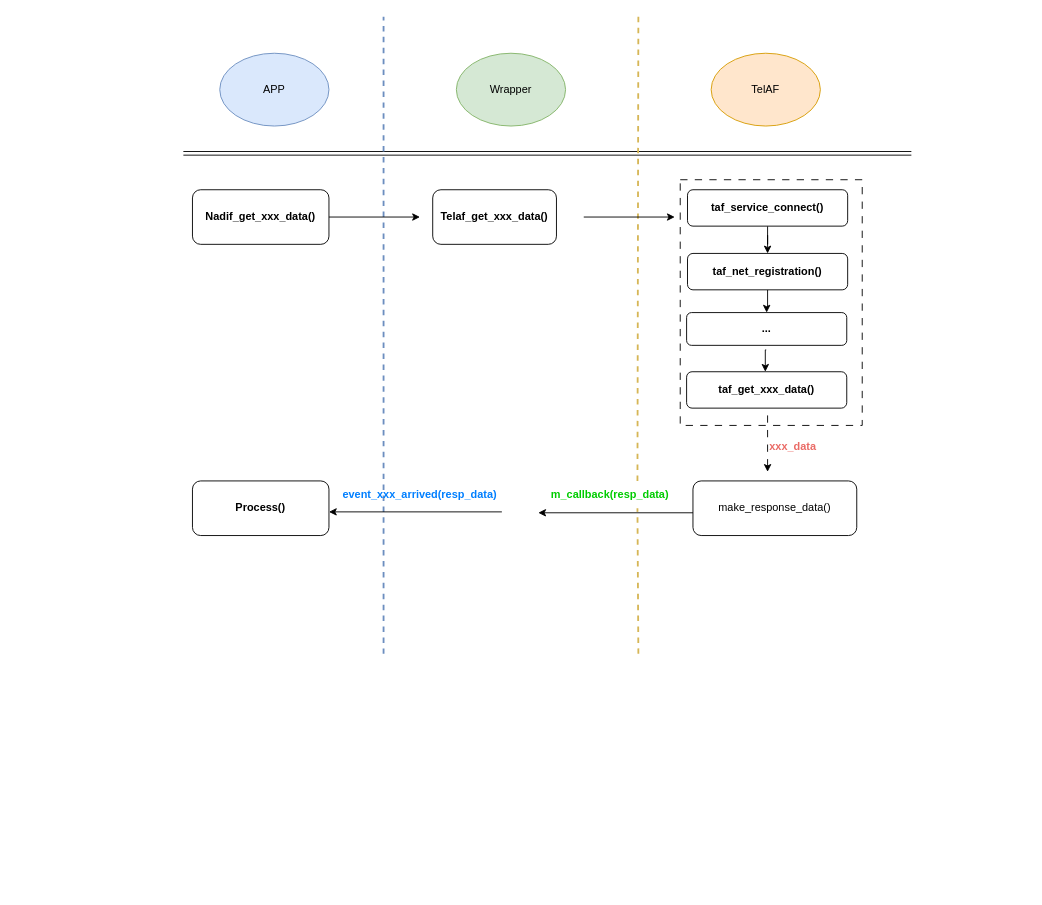
Above: AIVC.drawio in jiangyu945/Doc (draw.io), before the change. Source tidied: cells renumbered, new cells numbered last; positions are measured from the earlier drawing's top-left corner, leaving out a move shared by most shapes. Both pictures are drawn from the tidied source at 91%, with x=0, y=0 at pixel (183, 16).
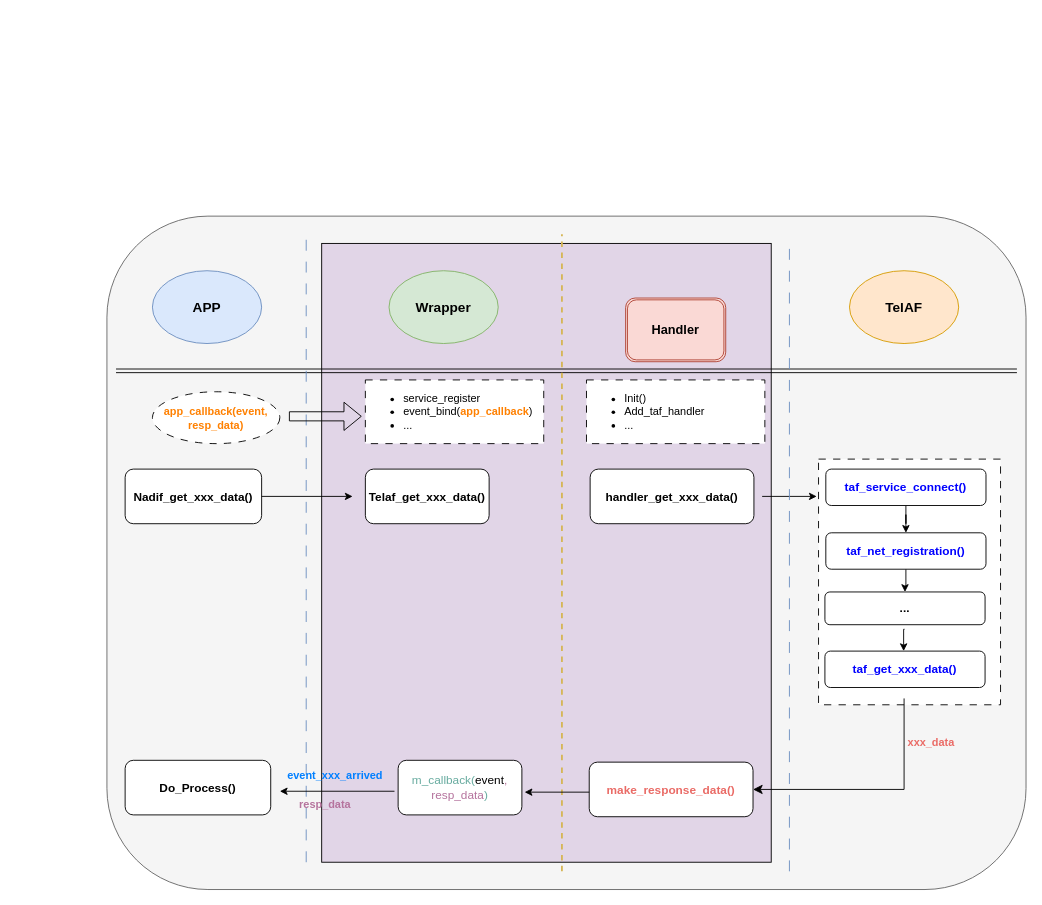
The same page after the edit.

Change to the diagram source:
```diff
@@
+    <mxCell id="29" style="rounded=1;whiteSpace=wrap;html=1;fillColor=#f5f5f5;fontColor=#333333;strokeColor=#666666;" parent="1" vertex="1">
+      <mxGeometry x="-84" y="219" width="1010" height="740" as="geometry" />
+    </mxCell>
+    <mxCell id="30" style="rounded=0;whiteSpace=wrap;html=1;fillColor=#E1D5E7;" parent="1" vertex="1">
+      <mxGeometry x="152" y="249" width="494" height="680" as="geometry" />
+    </mxCell>
     <mxCell id="2" style="rounded=0;whiteSpace=wrap;html=1;dashed=1;dashPattern=8 8;" parent="1" vertex="1">
-      <mxGeometry x="546" y="179" width="200" height="270" as="geometry" />
+      <mxGeometry x="698" y="486" width="200" height="270" as="geometry" />
     </mxCell>
     <mxCell id="3" style="shape=link;html=1;rounded=0;" parent="1" edge="1">
       <mxGeometry relative="1" as="geometry">
-        <mxPoint y="150" as="sourcePoint" />
-        <mxPoint x="800" y="150" as="targetPoint" />
+        <mxPoint x="-74" y="389" as="sourcePoint" />
+        <mxPoint x="916" y="389" as="targetPoint" />
       </mxGeometry>
     </mxCell>
-    <mxCell id="4" style="endArrow=none;dashed=1;html=1;rounded=0;fillColor=#dae8fc;strokeColor=#6c8ebf;strokeWidth=2;" parent="1" edge="1">
+    <mxCell id="4" style="endArrow=none;dashed=1;html=1;rounded=0;fillColor=#dae8fc;strokeColor=#6c8ebf;strokeWidth=1;dashPattern=12 12;" parent="1" edge="1">
       <mxGeometry relative="1" as="geometry">
-        <mxPoint x="220" y="700" as="sourcePoint" />
-        <mxPoint x="220" as="targetPoint" />
+        <mxPoint x="135" y="929" as="sourcePoint" />
+        <mxPoint x="135" y="239" as="targetPoint" />
       </mxGeometry>
     </mxCell>
-    <mxCell id="5" style="endArrow=none;dashed=1;html=1;rounded=0;fillColor=#fff2cc;strokeColor=#d6b656;strokeWidth=2;exitX=1;exitY=0;exitDx=0;exitDy=0;" parent="1" edge="1" source="25">
+    <mxCell id="5" style="endArrow=none;dashed=1;html=1;rounded=0;fillColor=#fff2cc;strokeColor=#d6b656;strokeWidth=2;exitX=0.5;exitY=0;exitDx=0;exitDy=0;" parent="1" edge="1">
       <mxGeometry relative="1" as="geometry">
-        <mxPoint x="500" as="targetPoint" />
+        <mxPoint x="416" y="817" as="sourcePoint" />
+        <mxPoint x="416" y="239" as="targetPoint" />
       </mxGeometry>
     </mxCell>
-    <mxCell id="6" value="APP" style="ellipse;whiteSpace=wrap;html=1;fillColor=#dae8fc;strokeColor=#6c8ebf;" parent="1" vertex="1">
-      <mxGeometry x="40" y="40" width="120" height="80" as="geometry" />
+    <mxCell id="6" value="&lt;b&gt;&lt;font style=&quot;font-size: 15px;&quot;&gt;APP&lt;/font&gt;&lt;/b&gt;" style="ellipse;whiteSpace=wrap;html=1;fillColor=#dae8fc;strokeColor=#6c8ebf;" parent="1" vertex="1">
+      <mxGeometry x="-34" y="279" width="120" height="80" as="geometry" />
     </mxCell>
-    <mxCell id="7" value="Wrapper" style="ellipse;whiteSpace=wrap;html=1;fillColor=#d5e8d4;strokeColor=#82b366;" parent="1" vertex="1">
-      <mxGeometry x="300" y="40" width="120" height="80" as="geometry" />
+    <mxCell id="7" value="&lt;font style=&quot;font-size: 15px;&quot;&gt;&lt;b&gt;Wrapper&lt;/b&gt;&lt;/font&gt;" style="ellipse;whiteSpace=wrap;html=1;fillColor=#d5e8d4;strokeColor=#82b366;" parent="1" vertex="1">
+      <mxGeometry x="226" y="279" width="120" height="80" as="geometry" />
     </mxCell>
-    <mxCell id="8" value="TelAF" style="ellipse;whiteSpace=wrap;html=1;fillColor=#ffe6cc;strokeColor=#d79b00;" parent="1" vertex="1">
-      <mxGeometry x="580" y="40" width="120" height="80" as="geometry" />
+    <mxCell id="8" value="&lt;font style=&quot;font-size: 15px;&quot;&gt;&lt;b&gt;TelAF&lt;/b&gt;&lt;/font&gt;" style="ellipse;whiteSpace=wrap;html=1;fillColor=#ffe6cc;strokeColor=#d79b00;" parent="1" vertex="1">
+      <mxGeometry x="732" y="279" width="120" height="80" as="geometry" />
     </mxCell>
-    <mxCell id="9" value="&lt;b&gt;Nadif_get_xxx_data()&lt;/b&gt;" style="rounded=1;whiteSpace=wrap;html=1;" parent="1" vertex="1">
-      <mxGeometry x="10" y="190" width="150" height="60" as="geometry" />
+    <mxCell id="9" value="&lt;font style=&quot;font-size: 13px;&quot;&gt;&lt;b&gt;Nadif_get_xxx_data()&lt;/b&gt;&lt;/font&gt;" style="rounded=1;whiteSpace=wrap;html=1;" parent="1" vertex="1">
+      <mxGeometry x="-64" y="497" width="150" height="60" as="geometry" />
     </mxCell>
     <mxCell id="10" style="endArrow=classic;html=1;rounded=0;exitX=1;exitY=0.5;exitDx=0;exitDy=0;" parent="1" edge="1" source="9">
       <mxGeometry relative="1" as="geometry">
-        <mxPoint x="260" y="220" as="targetPoint" />
+        <mxPoint x="186" y="527" as="targetPoint" />
       </mxGeometry>
     </mxCell>
-    <mxCell id="11" value="&lt;b&gt;Telaf_get_xxx_data()&lt;/b&gt;" style="rounded=1;whiteSpace=wrap;html=1;" parent="1" vertex="1">
-      <mxGeometry x="274" y="190" width="136" height="60" as="geometry" />
+    <mxCell id="11" value="&lt;font style=&quot;font-size: 13px;&quot;&gt;&lt;b&gt;Telaf_get_xxx_data()&lt;/b&gt;&lt;/font&gt;" style="rounded=1;whiteSpace=wrap;html=1;" parent="1" vertex="1">
+      <mxGeometry x="200" y="497" width="136" height="60" as="geometry" />
     </mxCell>
     <mxCell id="12" style="endArrow=classic;html=1;rounded=0;" parent="1" edge="1">
       <mxGeometry relative="1" as="geometry">
-        <mxPoint x="440" y="220" as="sourcePoint" />
-        <mxPoint x="540" y="220" as="targetPoint" />
+        <mxPoint x="636" y="527" as="sourcePoint" />
+        <mxPoint x="696" y="527" as="targetPoint" />
       </mxGeometry>
     </mxCell>
@@
-    <mxCell id="14" value="&lt;b&gt;taf_service_connect()&lt;/b&gt;" style="rounded=1;whiteSpace=wrap;html=1;" parent="1" vertex="1">
-      <mxGeometry x="554" y="190" width="176" height="40" as="geometry" />
+    <mxCell id="14" value="&lt;font style=&quot;font-size: 13px;&quot; color=&quot;#0000ff&quot;&gt;&lt;b&gt;taf_service_connect()&lt;/b&gt;&lt;/font&gt;" style="rounded=1;whiteSpace=wrap;html=1;" parent="1" vertex="1">
+      <mxGeometry x="706" y="497" width="176" height="40" as="geometry" />
     </mxCell>
@@
-    <mxCell id="16" value="&lt;b&gt;taf_net_registration()&lt;/b&gt;" style="rounded=1;whiteSpace=wrap;html=1;" parent="1" vertex="1">
-      <mxGeometry x="554" y="260" width="176" height="40" as="geometry" />
+    <mxCell id="16" value="&lt;font style=&quot;font-size: 13px;&quot; color=&quot;#0000ff&quot;&gt;&lt;b&gt;taf_net_registration()&lt;/b&gt;&lt;/font&gt;" style="rounded=1;whiteSpace=wrap;html=1;" parent="1" vertex="1">
+      <mxGeometry x="706" y="567" width="176" height="40" as="geometry" />
     </mxCell>
-    <mxCell id="17" value="&lt;b&gt;...&lt;/b&gt;" style="rounded=1;whiteSpace=wrap;html=1;" parent="1" vertex="1">
-      <mxGeometry x="553" y="325" width="176" height="36" as="geometry" />
+    <mxCell id="17" value="&lt;font style=&quot;font-size: 13px;&quot;&gt;&lt;b&gt;...&lt;/b&gt;&lt;/font&gt;" style="rounded=1;whiteSpace=wrap;html=1;" parent="1" vertex="1">
+      <mxGeometry x="705" y="632" width="176" height="36" as="geometry" />
     </mxCell>
-    <mxCell id="18" value="&lt;b&gt;taf_get_xxx_data()&lt;/b&gt;" style="rounded=1;whiteSpace=wrap;html=1;" parent="1" vertex="1">
-      <mxGeometry x="553" y="390" width="176" height="40" as="geometry" />
+    <mxCell id="18" value="&lt;font style=&quot;font-size: 13px;&quot; color=&quot;#0000ff&quot;&gt;&lt;b&gt;taf_get_xxx_data()&lt;/b&gt;&lt;/font&gt;" style="rounded=1;whiteSpace=wrap;html=1;" parent="1" vertex="1">
+      <mxGeometry x="705" y="697" width="176" height="40" as="geometry" />
     </mxCell>
     <mxCell id="19" style="edgeStyle=orthogonalEdgeStyle;rounded=0;orthogonalLoop=1;jettySize=auto;html=1;" parent="1" edge="1">
       <mxGeometry relative="1" as="geometry">
-        <mxPoint x="640.5" y="366" as="sourcePoint" />
-        <mxPoint x="639.5" y="390" as="targetPoint" />
+        <mxPoint x="792.5" y="673" as="sourcePoint" />
+        <mxPoint x="791.5" y="697" as="targetPoint" />
       </mxGeometry>
     </mxCell>
-    <mxCell id="20" style="endArrow=classic;html=1;rounded=0;strokeWidth=1;dashed=1;dashPattern=8 8;" parent="1" edge="1">
-      <mxGeometry relative="1" as="geometry">
-        <mxPoint x="642" y="438" as="sourcePoint" />
-        <mxPoint x="642" y="500" as="targetPoint" />
-      </mxGeometry>
-    </mxCell>
     <mxCell id="21" value="&lt;font color=&quot;#ea6b66&quot;&gt;&lt;b&gt;xxx_data&lt;/b&gt;&lt;/font&gt;" style="text;html=1;strokeColor=none;fillColor=none;align=center;verticalAlign=middle;whiteSpace=wrap;rounded=0;" parent="1" vertex="1">
-      <mxGeometry x="640" y="457" width="60" height="30" as="geometry" />
+      <mxGeometry x="792" y="783" width="60" height="30" as="geometry" />
     </mxCell>
-    <mxCell id="22" value="make_response_data()" style="rounded=1;whiteSpace=wrap;html=1;" parent="1" vertex="1">
-      <mxGeometry x="560" y="510" width="180" height="60" as="geometry" />
+    <mxCell id="22" value="&lt;font style=&quot;font-size: 13px;&quot; color=&quot;#ea6b66&quot;&gt;&lt;b&gt;make_response_data()&lt;/b&gt;&lt;/font&gt;" style="rounded=1;whiteSpace=wrap;html=1;" parent="1" vertex="1">
+      <mxGeometry x="446" y="819" width="180" height="60" as="geometry" />
     </mxCell>
-    <mxCell id="23" style="endArrow=classic;html=1;rounded=0;" parent="1" edge="1">
-      <mxGeometry relative="1" as="geometry">
-        <mxPoint x="560" y="545" as="sourcePoint" />
-        <mxPoint x="390" y="545" as="targetPoint" />
-      </mxGeometry>
-    </mxCell>
-    <mxCell id="24" style="endArrow=none;dashed=1;html=1;rounded=0;fillColor=#fff2cc;strokeColor=#d6b656;strokeWidth=2;entryX=1;entryY=1;entryDx=0;entryDy=0;" parent="1" edge="1" target="25">
+    <mxCell id="24" style="endArrow=none;dashed=1;html=1;rounded=0;fillColor=#fff2cc;strokeColor=#d6b656;strokeWidth=2;entryX=1;entryY=1;entryDx=0;entryDy=0;" parent="1" edge="1">
       <mxGeometry relative="1" as="geometry">
-        <mxPoint x="500" y="700" as="sourcePoint" />
+        <mxPoint x="416" y="939" as="sourcePoint" />
+        <mxPoint x="416" y="822" as="targetPoint" />
       </mxGeometry>
     </mxCell>
-    <mxCell id="25" value="&lt;font color=&quot;#00cc00&quot;&gt;&lt;b&gt;m_callback(resp_data)&lt;/b&gt;&lt;/font&gt;" style="text;html=1;strokeColor=none;fillColor=none;align=center;verticalAlign=middle;whiteSpace=wrap;rounded=0;" parent="1" vertex="1">
-      <mxGeometry x="439" y="510" width="60" height="30" as="geometry" />
-    </mxCell>
-    <mxCell id="26" value="&lt;b&gt;Process()&lt;/b&gt;" style="rounded=1;whiteSpace=wrap;html=1;" parent="1" vertex="1">
-      <mxGeometry x="10" y="510" width="150" height="60" as="geometry" />
+    <mxCell id="26" value="&lt;font style=&quot;font-size: 13px;&quot;&gt;&lt;b&gt;Do_Process()&lt;/b&gt;&lt;/font&gt;" style="rounded=1;whiteSpace=wrap;html=1;" parent="1" vertex="1">
+      <mxGeometry x="-64" y="817" width="160" height="60" as="geometry" />
     </mxCell>
     <mxCell id="27" style="endArrow=classic;html=1;rounded=0;" parent="1" edge="1">
       <mxGeometry relative="1" as="geometry">
-        <mxPoint x="350" y="544" as="sourcePoint" />
-        <mxPoint x="160" y="544" as="targetPoint" />
+        <mxPoint x="232" y="851" as="sourcePoint" />
+        <mxPoint x="106" y="851" as="targetPoint" />
       </mxGeometry>
     </mxCell>
-    <mxCell id="28" value="&lt;font color=&quot;#007fff&quot;&gt;&lt;b&gt;event_xxx_arrived(resp_data)&lt;/b&gt;&lt;/font&gt;" style="text;html=1;strokeColor=none;fillColor=none;align=center;verticalAlign=middle;whiteSpace=wrap;rounded=0;" parent="1" vertex="1">
-      <mxGeometry x="230" y="510" width="60" height="30" as="geometry" />
+    <mxCell id="28" value="&lt;div&gt;&lt;font color=&quot;#007fff&quot;&gt;&lt;b&gt;event_xxx_arrived&lt;/b&gt;&lt;/font&gt;&lt;/div&gt;" style="text;html=1;strokeColor=none;fillColor=none;align=center;verticalAlign=middle;whiteSpace=wrap;rounded=0;" parent="1" vertex="1">
+      <mxGeometry x="137" y="819" width="60" height="30" as="geometry" />
     </mxCell>
+    <mxCell id="31" value="&lt;div align=&quot;left&quot;&gt;&lt;ul&gt;&lt;li&gt;service_register&lt;/li&gt;&lt;li&gt;&lt;div&gt;event_bind(&lt;b&gt;&lt;font color=&quot;#ff8000&quot;&gt;app_callback&lt;/font&gt;&lt;/b&gt;)&lt;/div&gt;&lt;/li&gt;&lt;li&gt;...&lt;br&gt;&lt;/li&gt;&lt;/ul&gt;&lt;/div&gt;" style="rounded=0;whiteSpace=wrap;html=1;align=left;dashed=1;dashPattern=8 8;" parent="1" vertex="1">
+      <mxGeometry x="200" y="399" width="196" height="70" as="geometry" />
+    </mxCell>
+    <mxCell id="32" style="shape=flexArrow;endArrow=classic;html=1;rounded=0;" parent="1" edge="1">
+      <mxGeometry relative="1" as="geometry">
+        <mxPoint x="116" y="439" as="sourcePoint" />
+        <mxPoint x="196" y="439" as="targetPoint" />
+      </mxGeometry>
+    </mxCell>
+    <mxCell id="33" value="&lt;b&gt;&lt;font color=&quot;#ff8000&quot;&gt;app_callback(event, resp_data)&lt;/font&gt;&lt;/b&gt;" style="ellipse;whiteSpace=wrap;html=1;dashed=1;dashPattern=8 8;" parent="1" vertex="1">
+      <mxGeometry x="-34" y="412" width="140" height="57" as="geometry" />
+    </mxCell>
+    <mxCell id="34" style="text;html=1;align=center;verticalAlign=middle;" parent="1" vertex="1">
+      <mxGeometry x="881" y="742" width="40" height="30" as="geometry" />
+    </mxCell>
+    <mxCell id="35" style="endArrow=classic;html=1;rounded=0;" parent="1" edge="1">
+      <mxGeometry relative="1" as="geometry">
+        <mxPoint x="446" y="852" as="sourcePoint" />
+        <mxPoint x="375" y="852" as="targetPoint" />
+      </mxGeometry>
+    </mxCell>
+    <mxCell id="36" style="text;html=1;align=center;verticalAlign=middle;" parent="1" vertex="1">
+      <mxGeometry x="-184" y="635" width="40" height="30" as="geometry" />
+    </mxCell>
+    <mxCell id="37" value="&lt;div style=&quot;font-size: 13px;&quot;&gt;&lt;font style=&quot;font-size: 13px;&quot; color=&quot;#67ab9f&quot;&gt;m_callback(&lt;/font&gt;&lt;font style=&quot;font-size: 13px;&quot;&gt;event&lt;font style=&quot;font-size: 13px;&quot; color=&quot;#b5739d&quot;&gt;,&lt;/font&gt;&lt;/font&gt;&lt;/div&gt;&lt;div style=&quot;font-size: 13px;&quot;&gt;&lt;font style=&quot;font-size: 13px;&quot; color=&quot;#b5739d&quot;&gt;resp_data&lt;/font&gt;&lt;font style=&quot;font-size: 13px;&quot; color=&quot;#67ab9f&quot;&gt;)&lt;/font&gt;&lt;/div&gt;" style="rounded=1;whiteSpace=wrap;html=1;" parent="1" vertex="1">
+      <mxGeometry x="236" y="817" width="136" height="60" as="geometry" />
+    </mxCell>
+    <mxCell id="25" value="&lt;font color=&quot;#b5739d&quot;&gt;&lt;b&gt;resp_data&lt;/b&gt;&lt;/font&gt;" style="text;html=1;strokeColor=none;fillColor=none;align=center;verticalAlign=middle;whiteSpace=wrap;rounded=0;" parent="1" vertex="1">
+      <mxGeometry x="126" y="851" width="60" height="30" as="geometry" />
+    </mxCell>
+    <mxCell id="38" value="&lt;div align=&quot;left&quot;&gt;&lt;ul&gt;&lt;li&gt;Init()&lt;/li&gt;&lt;li&gt;&lt;div&gt;Add_taf_handler&lt;/div&gt;&lt;/li&gt;&lt;li&gt;...&lt;br&gt;&lt;/li&gt;&lt;/ul&gt;&lt;/div&gt;" style="rounded=0;whiteSpace=wrap;html=1;align=left;dashed=1;dashPattern=8 8;" parent="1" vertex="1">
+      <mxGeometry x="443" y="399" width="196" height="70" as="geometry" />
+    </mxCell>
+    <mxCell id="39" style="endArrow=none;dashed=1;html=1;rounded=0;fillColor=#dae8fc;strokeColor=#6c8ebf;strokeWidth=1;dashPattern=12 12;" parent="1" edge="1">
+      <mxGeometry relative="1" as="geometry">
+        <mxPoint x="666" y="939" as="sourcePoint" />
+        <mxPoint x="666" y="249" as="targetPoint" />
+      </mxGeometry>
+    </mxCell>
+    <mxCell id="40" style="edgeStyle=segmentEdgeStyle;endArrow=classic;html=1;curved=0;rounded=0;endSize=8;startSize=8;entryX=1;entryY=0.5;entryDx=0;entryDy=0;" parent="1" edge="1" target="22">
+      <mxGeometry relative="1" as="geometry">
+        <mxPoint x="792" y="749" as="sourcePoint" />
+        <Array as="points">
+          <mxPoint x="792" y="849" />
+        </Array>
+      </mxGeometry>
+    </mxCell>
+    <mxCell id="41" value="&lt;b&gt;&lt;font style=&quot;font-size: 14px;&quot;&gt;Handler&lt;/font&gt;&lt;/b&gt;" style="shape=ext;double=1;rounded=1;whiteSpace=wrap;html=1;fillColor=#fad9d5;strokeColor=#ae4132;" parent="1" vertex="1">
+      <mxGeometry x="486" y="309" width="110" height="70" as="geometry" />
+    </mxCell>
+    <mxCell id="42" value="&lt;font style=&quot;font-size: 13px;&quot;&gt;&lt;b&gt;handler_get_xxx_data()&lt;/b&gt;&lt;/font&gt;" style="rounded=1;whiteSpace=wrap;html=1;" parent="1" vertex="1">
+      <mxGeometry x="447" y="497" width="180" height="60" as="geometry" />
+    </mxCell>
```
